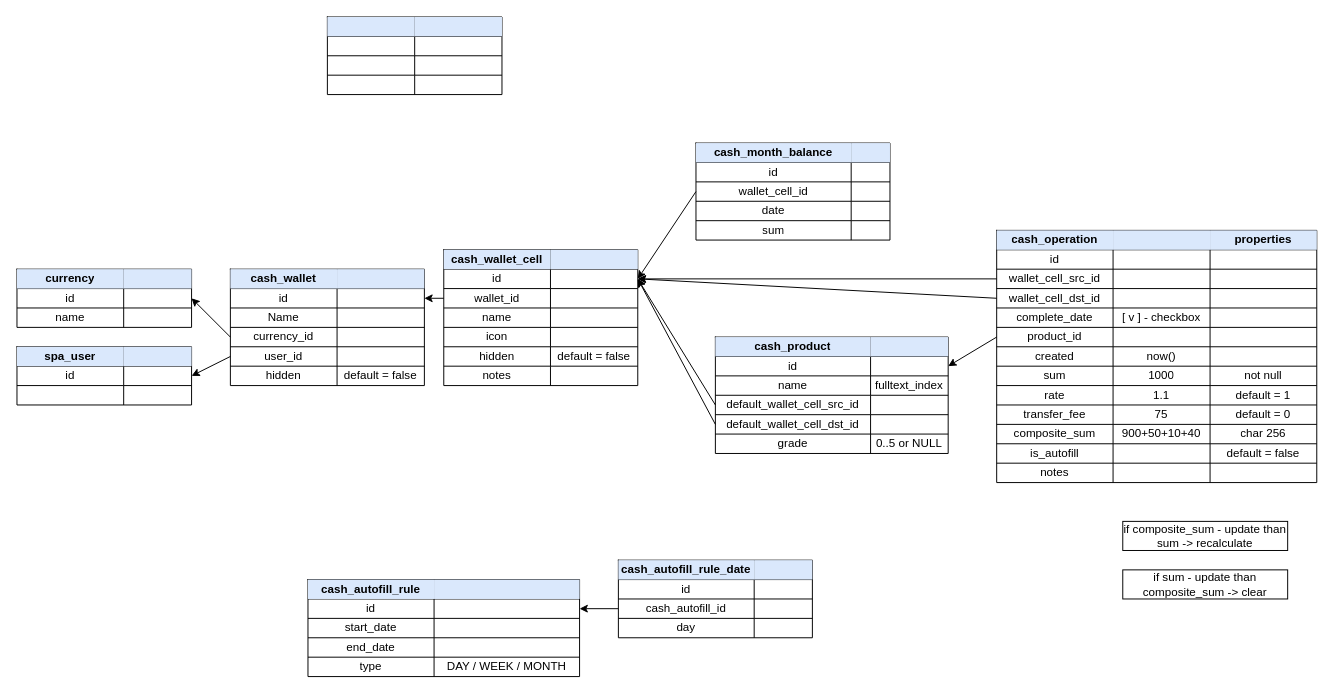
Above: SPA-structure.drawio in alwertus/spa-b (draw.io), before the change. Source tidied: cells renumbered, new cells numbered last; positions are measured from the earlier drawing's top-left corner, leaving out a move shared by most shapes. Both pictures are drawn from the tidied source at 97%, with x=0, y=0 at pixel (16, 16).
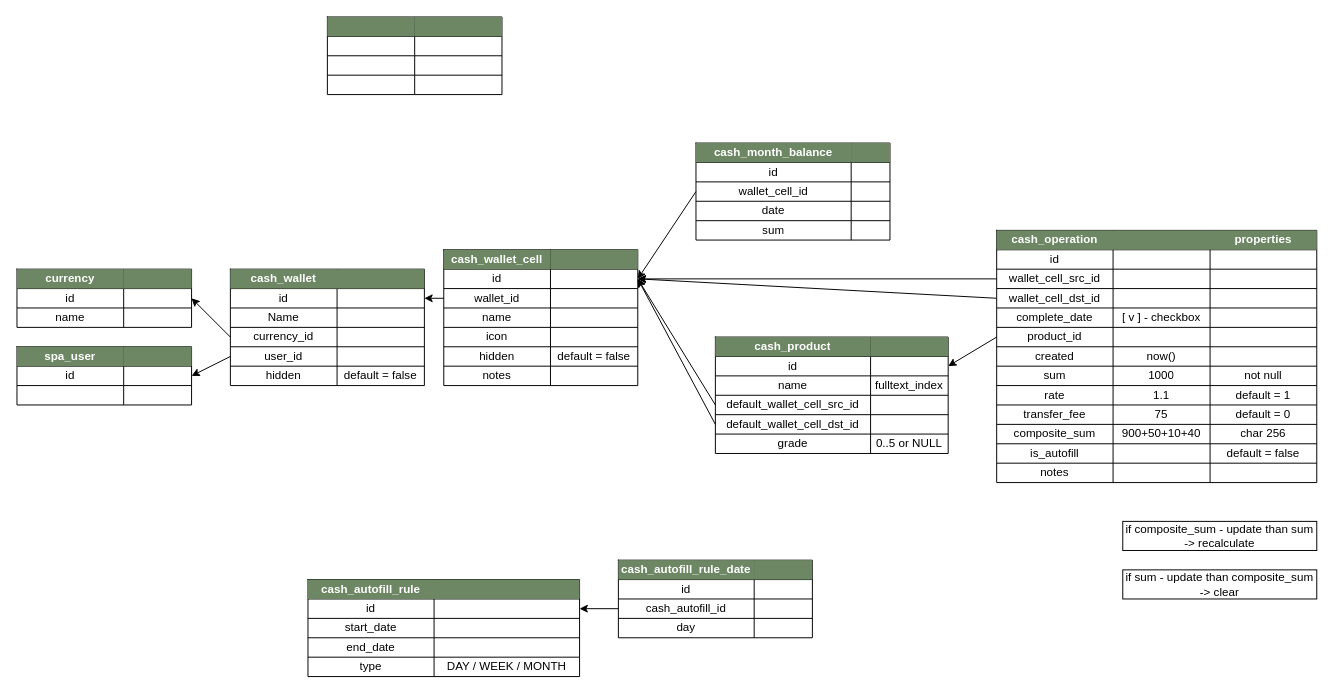
The same page after the edit.

The change refers to these unchanged cells:
```xml
<mxCell id="3" style="shape=tableRow;horizontal=0;startSize=0;swimlaneHead=0;swimlaneBody=0;strokeColor=inherit;top=0;left=0;bottom=0;right=0;fillColor=none;fontSize=16;" parent="2" vertex="1">
  <mxGeometry width="200" height="20" as="geometry" />
</mxCell>
<mxCell id="22" style="shape=tableRow;horizontal=0;startSize=0;swimlaneHead=0;swimlaneBody=0;strokeColor=inherit;top=0;left=0;bottom=0;right=0;fillColor=none;fontSize=16;" parent="21" vertex="1">
  <mxGeometry width="180" height="20" as="geometry" />
</mxCell>
<mxCell id="35" style="shape=tableRow;horizontal=0;startSize=0;swimlaneHead=0;swimlaneBody=0;strokeColor=inherit;top=0;left=0;bottom=0;right=0;fillColor=none;fontSize=16;" parent="34" vertex="1">
  <mxGeometry width="330" height="20" as="geometry" />
</mxCell>
<mxCell id="92" style="shape=tableRow;horizontal=0;startSize=0;swimlaneHead=0;swimlaneBody=0;strokeColor=inherit;top=0;left=0;bottom=0;right=0;fillColor=none;fontSize=16;" parent="91" vertex="1">
  <mxGeometry width="200" height="20" as="geometry" />
</mxCell>
<mxCell id="108" style="shape=tableRow;horizontal=0;startSize=0;swimlaneHead=0;swimlaneBody=0;strokeColor=inherit;top=0;left=0;bottom=0;right=0;fillColor=none;fontSize=16;" parent="107" vertex="1">
  <mxGeometry width="280" height="20" as="geometry" />
</mxCell>
<mxCell id="123" style="shape=table;startSize=0;childLayout=tableLayout;fontSize=12;align=center;" parent="1" vertex="1">
  <mxGeometry x="620" y="560" width="200" height="80" as="geometry" />
</mxCell>
<mxCell id="124" style="shape=tableRow;horizontal=0;startSize=0;swimlaneHead=0;swimlaneBody=0;strokeColor=inherit;top=0;left=0;bottom=0;right=0;fillColor=none;fontSize=16;" parent="123" vertex="1">
  <mxGeometry width="200" height="20" as="geometry" />
</mxCell>
<mxCell id="130" style="shape=tableRow;horizontal=0;startSize=0;swimlaneHead=0;swimlaneBody=0;strokeColor=inherit;top=0;left=0;bottom=0;right=0;fillColor=none;points=[[0,0.5],[1,0.5]];portConstraint=eastwest;fontSize=16;" parent="123" vertex="1">
  <mxGeometry y="40" width="200" height="20" as="geometry" />
</mxCell>
<mxCell id="138" style="shape=tableRow;horizontal=0;startSize=0;swimlaneHead=0;swimlaneBody=0;strokeColor=inherit;top=0;left=0;bottom=0;right=0;fillColor=none;fontSize=16;" parent="137" vertex="1">
  <mxGeometry width="180" height="20" as="geometry" />
</mxCell>
<mxCell id="149" style="shape=tableRow;horizontal=0;startSize=0;swimlaneHead=0;swimlaneBody=0;strokeColor=inherit;top=0;left=0;bottom=0;right=0;fillColor=none;fontSize=16;" parent="148" vertex="1">
  <mxGeometry width="180" height="20" as="geometry" />
</mxCell>
<mxCell id="160" style="shape=tableRow;horizontal=0;startSize=0;swimlaneHead=0;swimlaneBody=0;strokeColor=inherit;top=0;left=0;bottom=0;right=0;fillColor=none;fontSize=16;" parent="159" vertex="1">
  <mxGeometry width="240" height="20" as="geometry" />
</mxCell>
<mxCell id="180" style="shape=tableRow;horizontal=0;startSize=0;swimlaneHead=0;swimlaneBody=0;strokeColor=inherit;top=0;left=0;bottom=0;right=0;fillColor=none;fontSize=16;" parent="179" vertex="1">
  <mxGeometry width="200" height="20" as="geometry" />
</mxCell>
```

Change to the diagram source:
```diff
@@
-    <mxCell id="4" value="cash_wallet" style="shape=partialRectangle;html=1;whiteSpace=wrap;strokeColor=#6c8ebf;overflow=hidden;fillColor=#dae8fc;top=0;left=0;bottom=0;right=0;fontSize=12;fontStyle=1;" parent="3" vertex="1">
+    <mxCell id="4" value="cash_wallet" style="shape=partialRectangle;html=1;whiteSpace=wrap;strokeColor=#3A5431;overflow=hidden;fillColor=#6d8764;top=0;left=0;bottom=0;right=0;fontSize=12;fontStyle=1;fontColor=#ffffff;" parent="3" vertex="1">
       <mxGeometry width="110" height="20" as="geometry" />
     </mxCell>
-    <mxCell id="5" style="shape=partialRectangle;html=1;whiteSpace=wrap;strokeColor=#6c8ebf;overflow=hidden;fillColor=#dae8fc;top=0;left=0;bottom=0;right=0;fontSize=12;fontStyle=1;" parent="3" vertex="1">
+    <mxCell id="5" style="shape=partialRectangle;html=1;whiteSpace=wrap;strokeColor=#3A5431;overflow=hidden;fillColor=#6d8764;top=0;left=0;bottom=0;right=0;fontSize=12;fontStyle=1;fontColor=#ffffff;" parent="3" vertex="1">
       <mxGeometry x="110" width="90" height="20" as="geometry" />
     </mxCell>
@@
-    <mxCell id="23" style="shape=partialRectangle;html=1;whiteSpace=wrap;strokeColor=#6c8ebf;overflow=hidden;fillColor=#dae8fc;top=0;left=0;bottom=0;right=0;fontSize=12;fontStyle=1;" parent="22" vertex="1">
+    <mxCell id="23" style="shape=partialRectangle;html=1;whiteSpace=wrap;strokeColor=#3A5431;overflow=hidden;fillColor=#6d8764;top=0;left=0;bottom=0;right=0;fontSize=12;fontStyle=1;fontColor=#ffffff;" parent="22" vertex="1">
       <mxGeometry width="90" height="20" as="geometry" />
     </mxCell>
-    <mxCell id="24" style="shape=partialRectangle;html=1;whiteSpace=wrap;strokeColor=#6c8ebf;overflow=hidden;fillColor=#dae8fc;top=0;left=0;bottom=0;right=0;fontSize=12;fontStyle=1;" parent="22" vertex="1">
+    <mxCell id="24" style="shape=partialRectangle;html=1;whiteSpace=wrap;strokeColor=#3A5431;overflow=hidden;fillColor=#6d8764;top=0;left=0;bottom=0;right=0;fontSize=12;fontStyle=1;fontColor=#ffffff;" parent="22" vertex="1">
       <mxGeometry x="90" width="90" height="20" as="geometry" />
     </mxCell>
@@
-    <mxCell id="36" value="cash_operation" style="shape=partialRectangle;html=1;whiteSpace=wrap;strokeColor=#6c8ebf;overflow=hidden;fillColor=#dae8fc;top=0;left=0;bottom=0;right=0;fontSize=12;fontStyle=1;" parent="35" vertex="1">
+    <mxCell id="36" value="cash_operation" style="shape=partialRectangle;html=1;whiteSpace=wrap;strokeColor=#3A5431;overflow=hidden;fillColor=#6d8764;top=0;left=0;bottom=0;right=0;fontSize=12;fontStyle=1;fontColor=#ffffff;" parent="35" vertex="1">
       <mxGeometry width="120" height="20" as="geometry" />
     </mxCell>
-    <mxCell id="37" style="shape=partialRectangle;html=1;whiteSpace=wrap;strokeColor=#6c8ebf;overflow=hidden;fillColor=#dae8fc;top=0;left=0;bottom=0;right=0;fontSize=12;fontStyle=1;" parent="35" vertex="1">
+    <mxCell id="37" style="shape=partialRectangle;html=1;whiteSpace=wrap;strokeColor=#3A5431;overflow=hidden;fillColor=#6d8764;top=0;left=0;bottom=0;right=0;fontSize=12;fontStyle=1;fontColor=#ffffff;" parent="35" vertex="1">
       <mxGeometry x="120" width="100" height="20" as="geometry" />
     </mxCell>
-    <mxCell id="38" value="properties" style="shape=partialRectangle;html=1;whiteSpace=wrap;strokeColor=#6c8ebf;overflow=hidden;fillColor=#dae8fc;top=0;left=0;bottom=0;right=0;fontSize=12;fontStyle=1;" parent="35" vertex="1">
+    <mxCell id="38" value="properties" style="shape=partialRectangle;html=1;whiteSpace=wrap;strokeColor=#3A5431;overflow=hidden;fillColor=#6d8764;top=0;left=0;bottom=0;right=0;fontSize=12;fontStyle=1;fontColor=#ffffff;" parent="35" vertex="1">
       <mxGeometry x="220" width="110" height="20" as="geometry" />
     </mxCell>
@@
     <mxCell id="89" value="if sum - update than composite_sum -&amp;gt; clear" style="whiteSpace=wrap;html=1;fontSize=12;" parent="1" vertex="1">
-      <mxGeometry x="1140" y="570" width="170" height="30" as="geometry" />
+      <mxGeometry x="1140" y="570" width="200" height="30" as="geometry" />
     </mxCell>
     <mxCell id="90" value="if composite_sum - update than sum -&amp;gt; recalculate" style="whiteSpace=wrap;html=1;fontSize=12;" parent="1" vertex="1">
-      <mxGeometry x="1140" y="520" width="170" height="30" as="geometry" />
+      <mxGeometry x="1140" y="520" width="200" height="30" as="geometry" />
     </mxCell>
@@
-    <mxCell id="93" value="cash_month_balance" style="shape=partialRectangle;html=1;whiteSpace=wrap;strokeColor=#6c8ebf;overflow=hidden;fillColor=#dae8fc;top=0;left=0;bottom=0;right=0;fontSize=12;fontStyle=1;" parent="92" vertex="1">
+    <mxCell id="93" value="cash_month_balance" style="shape=partialRectangle;html=1;whiteSpace=wrap;strokeColor=#3A5431;overflow=hidden;fillColor=#6d8764;top=0;left=0;bottom=0;right=0;fontSize=12;fontStyle=1;fontColor=#ffffff;" parent="92" vertex="1">
       <mxGeometry width="160" height="20" as="geometry" />
     </mxCell>
-    <mxCell id="94" style="shape=partialRectangle;html=1;whiteSpace=wrap;strokeColor=#6c8ebf;overflow=hidden;fillColor=#dae8fc;top=0;left=0;bottom=0;right=0;fontSize=12;fontStyle=1;" parent="92" vertex="1">
+    <mxCell id="94" style="shape=partialRectangle;html=1;whiteSpace=wrap;strokeColor=#3A5431;overflow=hidden;fillColor=#6d8764;top=0;left=0;bottom=0;right=0;fontSize=12;fontStyle=1;fontColor=#ffffff;" parent="92" vertex="1">
       <mxGeometry x="160" width="40" height="20" as="geometry" />
     </mxCell>
@@
-    <mxCell id="109" value="cash_autofill_rule" style="shape=partialRectangle;html=1;whiteSpace=wrap;strokeColor=#6c8ebf;overflow=hidden;fillColor=#dae8fc;top=0;left=0;bottom=0;right=0;fontSize=12;fontStyle=1;flipH=1;flipV=1;" parent="108" vertex="1">
+    <mxCell id="109" value="cash_autofill_rule" style="shape=partialRectangle;html=1;whiteSpace=wrap;strokeColor=#3A5431;overflow=hidden;fillColor=#6d8764;top=0;left=0;bottom=0;right=0;fontSize=12;fontStyle=1;flipH=1;flipV=1;fontColor=#ffffff;" parent="108" vertex="1">
       <mxGeometry width="130" height="20" as="geometry" />
     </mxCell>
-    <mxCell id="110" style="shape=partialRectangle;html=1;whiteSpace=wrap;strokeColor=#6c8ebf;overflow=hidden;fillColor=#dae8fc;top=0;left=0;bottom=0;right=0;fontSize=12;fontStyle=1;flipH=1;" parent="108" vertex="1">
+    <mxCell id="110" style="shape=partialRectangle;html=1;whiteSpace=wrap;strokeColor=#3A5431;overflow=hidden;fillColor=#6d8764;top=0;left=0;bottom=0;right=0;fontSize=12;fontStyle=1;flipH=1;fontColor=#ffffff;" parent="108" vertex="1">
       <mxGeometry x="130" width="150" height="20" as="geometry" />
     </mxCell>
@@
-    <mxCell id="125" value="cash_autofill_rule_date" style="shape=partialRectangle;html=1;whiteSpace=wrap;strokeColor=#6c8ebf;overflow=hidden;fillColor=#dae8fc;top=0;left=0;bottom=0;right=0;fontSize=12;fontStyle=1;" parent="124" vertex="1">
+    <mxCell id="125" value="cash_autofill_rule_date" style="shape=partialRectangle;html=1;whiteSpace=wrap;strokeColor=#3A5431;overflow=hidden;fillColor=#6d8764;top=0;left=0;bottom=0;right=0;fontSize=12;fontStyle=1;fontColor=#ffffff;" parent="124" vertex="1">
       <mxGeometry width="140" height="20" as="geometry" />
     </mxCell>
-    <mxCell id="126" style="shape=partialRectangle;html=1;whiteSpace=wrap;strokeColor=#6c8ebf;overflow=hidden;fillColor=#dae8fc;top=0;left=0;bottom=0;right=0;fontSize=12;fontStyle=1;" parent="124" vertex="1">
+    <mxCell id="126" style="shape=partialRectangle;html=1;whiteSpace=wrap;strokeColor=#3A5431;overflow=hidden;fillColor=#6d8764;top=0;left=0;bottom=0;right=0;fontSize=12;fontStyle=1;fontColor=#ffffff;" parent="124" vertex="1">
       <mxGeometry x="140" width="60" height="20" as="geometry" />
     </mxCell>
@@
+    <mxCell id="205" style="edgeStyle=none;rounded=0;orthogonalLoop=1;jettySize=auto;html=1;entryX=0;entryY=0.5;entryDx=0;entryDy=0;" parent="123" edge="1" source="130" target="130">
+      <mxGeometry relative="1" as="geometry" />
+    </mxCell>
@@
-    <mxCell id="139" value="currency" style="shape=partialRectangle;html=1;whiteSpace=wrap;strokeColor=#6c8ebf;overflow=hidden;fillColor=#dae8fc;top=0;left=0;bottom=0;right=0;fontSize=12;fontStyle=1;" parent="138" vertex="1">
+    <mxCell id="139" value="currency" style="shape=partialRectangle;html=1;whiteSpace=wrap;strokeColor=#3A5431;overflow=hidden;fillColor=#6d8764;top=0;left=0;bottom=0;right=0;fontSize=12;fontStyle=1;fontColor=#ffffff;" parent="138" vertex="1">
       <mxGeometry width="110" height="20" as="geometry" />
     </mxCell>
-    <mxCell id="140" style="shape=partialRectangle;html=1;whiteSpace=wrap;strokeColor=#6c8ebf;overflow=hidden;fillColor=#dae8fc;top=0;left=0;bottom=0;right=0;fontSize=12;fontStyle=1;" parent="138" vertex="1">
+    <mxCell id="140" style="shape=partialRectangle;html=1;whiteSpace=wrap;strokeColor=#3A5431;overflow=hidden;fillColor=#6d8764;top=0;left=0;bottom=0;right=0;fontSize=12;fontStyle=1;fontColor=#ffffff;" parent="138" vertex="1">
       <mxGeometry x="110" width="70" height="20" as="geometry" />
     </mxCell>
@@
-    <mxCell id="150" value="spa_user" style="shape=partialRectangle;html=1;whiteSpace=wrap;strokeColor=#6c8ebf;overflow=hidden;fillColor=#dae8fc;top=0;left=0;bottom=0;right=0;fontSize=12;fontStyle=1;" parent="149" vertex="1">
+    <mxCell id="150" value="spa_user" style="shape=partialRectangle;html=1;whiteSpace=wrap;strokeColor=#3A5431;overflow=hidden;fillColor=#6d8764;top=0;left=0;bottom=0;right=0;fontSize=12;fontStyle=1;fontColor=#ffffff;" parent="149" vertex="1">
       <mxGeometry width="110" height="20" as="geometry" />
     </mxCell>
-    <mxCell id="151" style="shape=partialRectangle;html=1;whiteSpace=wrap;strokeColor=#6c8ebf;overflow=hidden;fillColor=#dae8fc;top=0;left=0;bottom=0;right=0;fontSize=12;fontStyle=1;" parent="149" vertex="1">
+    <mxCell id="151" style="shape=partialRectangle;html=1;whiteSpace=wrap;strokeColor=#3A5431;overflow=hidden;fillColor=#6d8764;top=0;left=0;bottom=0;right=0;fontSize=12;fontStyle=1;fontColor=#ffffff;" parent="149" vertex="1">
       <mxGeometry x="110" width="70" height="20" as="geometry" />
     </mxCell>
@@
-    <mxCell id="161" value="cash_product" style="shape=partialRectangle;html=1;whiteSpace=wrap;strokeColor=#6c8ebf;overflow=hidden;fillColor=#dae8fc;top=0;left=0;bottom=0;right=0;fontSize=12;fontStyle=1;" parent="160" vertex="1">
+    <mxCell id="161" value="cash_product" style="shape=partialRectangle;html=1;whiteSpace=wrap;strokeColor=#3A5431;overflow=hidden;fillColor=#6d8764;top=0;left=0;bottom=0;right=0;fontSize=12;fontStyle=1;fontColor=#ffffff;" parent="160" vertex="1">
       <mxGeometry width="160" height="20" as="geometry" />
     </mxCell>
-    <mxCell id="162" style="shape=partialRectangle;html=1;whiteSpace=wrap;strokeColor=#6c8ebf;overflow=hidden;fillColor=#dae8fc;top=0;left=0;bottom=0;right=0;fontSize=12;fontStyle=1;" parent="160" vertex="1">
+    <mxCell id="162" style="shape=partialRectangle;html=1;whiteSpace=wrap;strokeColor=#3A5431;overflow=hidden;fillColor=#6d8764;top=0;left=0;bottom=0;right=0;fontSize=12;fontStyle=1;fontColor=#ffffff;" parent="160" vertex="1">
       <mxGeometry x="160" width="80" height="20" as="geometry" />
     </mxCell>
@@
-    <mxCell id="181" value="cash_wallet_cell" style="shape=partialRectangle;html=1;whiteSpace=wrap;strokeColor=#6c8ebf;overflow=hidden;fillColor=#dae8fc;top=0;left=0;bottom=0;right=0;fontSize=12;fontStyle=1;" parent="180" vertex="1">
+    <mxCell id="181" value="cash_wallet_cell" style="shape=partialRectangle;html=1;whiteSpace=wrap;strokeColor=#3A5431;overflow=hidden;fillColor=#6d8764;top=0;left=0;bottom=0;right=0;fontSize=12;fontStyle=1;fontColor=#ffffff;" parent="180" vertex="1">
       <mxGeometry width="110" height="20" as="geometry" />
     </mxCell>
-    <mxCell id="182" style="shape=partialRectangle;html=1;whiteSpace=wrap;strokeColor=#6c8ebf;overflow=hidden;fillColor=#dae8fc;top=0;left=0;bottom=0;right=0;fontSize=12;fontStyle=1;" parent="180" vertex="1">
+    <mxCell id="182" style="shape=partialRectangle;html=1;whiteSpace=wrap;strokeColor=#3A5431;overflow=hidden;fillColor=#6d8764;top=0;left=0;bottom=0;right=0;fontSize=12;fontStyle=1;fontColor=#ffffff;" parent="180" vertex="1">
       <mxGeometry x="110" width="90" height="20" as="geometry" />
     </mxCell>
```
